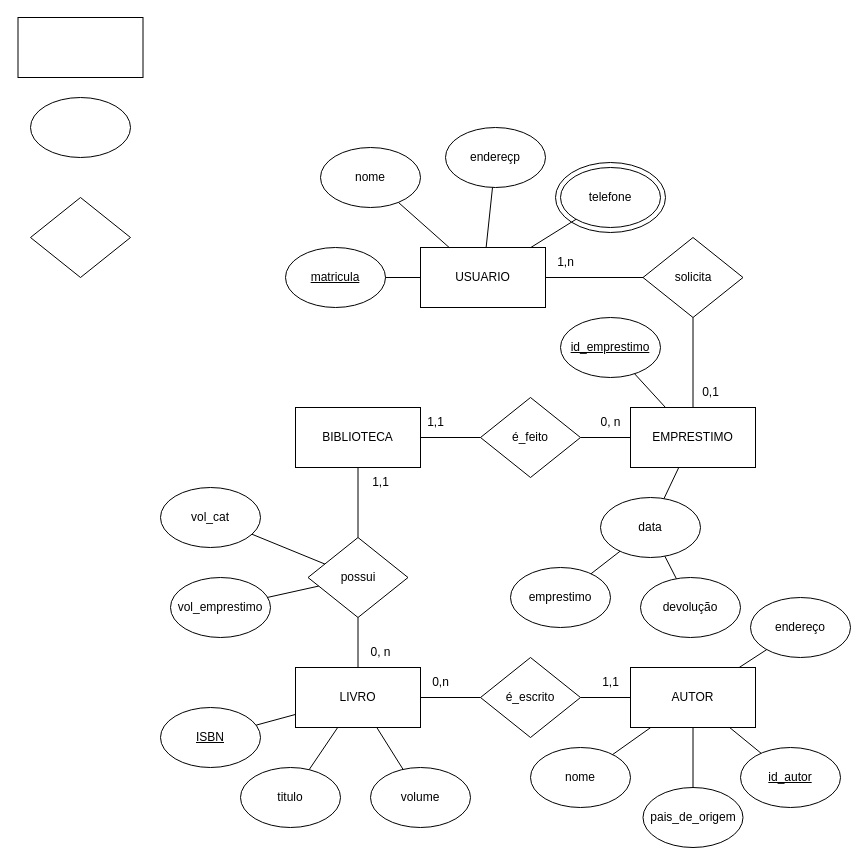
The draw.io diagram BD1/Lista de BD1 entidade relacionamento/Q7.drawio in MarcosWillianAP1K/Atividade_Faculdade, before the edit. Source tidied: cells renumbered, new cells numbered last; positions are measured from the earlier drawing's top-left corner, leaving out a move shared by most shapes. Both pictures are drawn from the tidied source at 100%, with x=0, y=0 at pixel (18, 17).
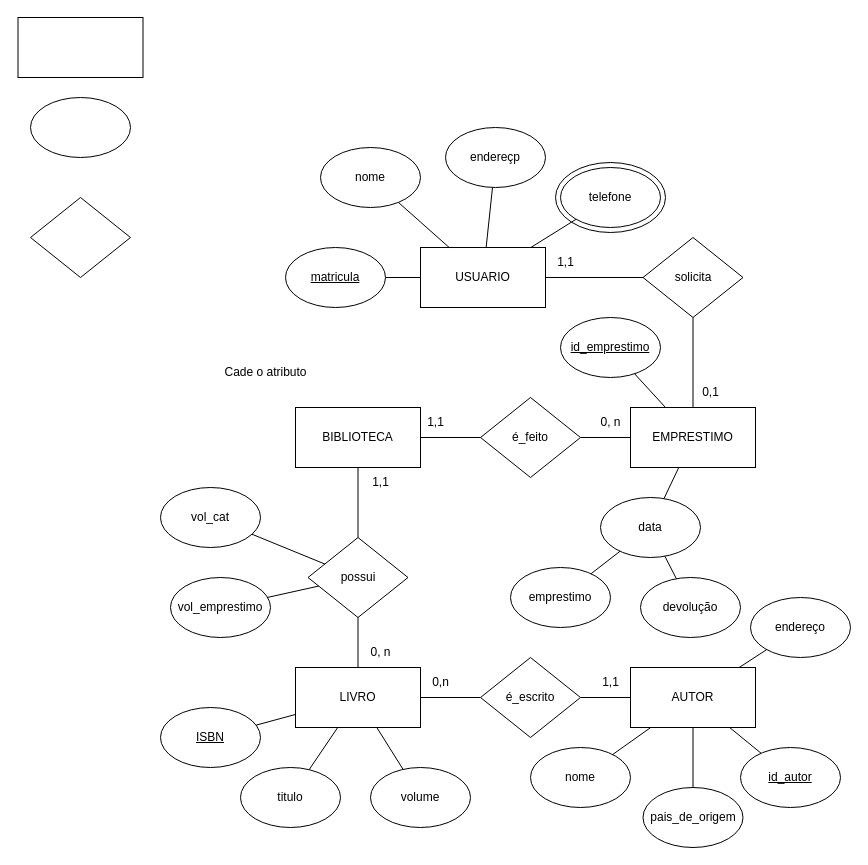
Above is the later version.

Change to the diagram source:
```diff
@@
-    <mxCell id="58" value="1,n" style="text;html=1;align=center;verticalAlign=middle;strokeColor=none;fillColor=none;" parent="1" vertex="1">
+    <mxCell id="58" value="1,1" style="text;html=1;align=center;verticalAlign=middle;strokeColor=none;fillColor=none;" parent="1" vertex="1">
       <mxGeometry x="527" y="230" width="40" height="30" as="geometry" />
     </mxCell>
@@
+    <mxCell id="65" value="Cade o atributo" style="text;html=1;align=center;verticalAlign=middle;strokeColor=none;fillColor=none;" parent="1" vertex="1">
+      <mxGeometry x="192" y="340" width="110" height="30" as="geometry" />
+    </mxCell>
```
